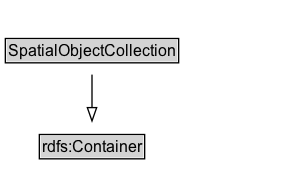
Above: docs/diagrams/SpatialObjectCollection.dot.png in ISO-TC204/ontology-import-geo (Graphviz), before the change. Its source is kept beside it as docs/diagrams/SpatialObjectCollection.dot.
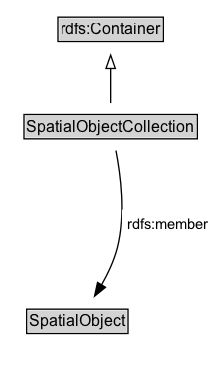
The same diagram one commit later.

Diff of the diagram source:
```diff
@@ -2,6 +2,10 @@
 	graph [overlap=false rankdir=TB splines=true]
 	node [fontname=Arial fontsize=12 margin=0 shape=none]
 	edge [fontname=Arial fontsize=11]
+	{
+		rank=source
+		rdfs_Container [label=<<TABLE BORDER="1" CELLBORDER="0" CELLSPACING="0" CELLPADDING="1"><TR><TD BGCOLOR="lightgray" ALIGN="CENTER">rdfs:Container</TD></TR></TABLE>> URL="https://w3id.org/citydata/imported/rdfs/latest/Container" margin=0]
+	}
 	SpatialObjectCollection [label=<<TABLE BORDER="1" CELLBORDER="0" CELLSPACING="0" CELLPADDING="1"><TR><TD BGCOLOR="lightgray" ALIGN="CENTER">SpatialObjectCollection</TD></TR></TABLE>> URL="../SpatialObjectCollection" margin=0]
 	{
 		rank=max
@@ -9,7 +13,11 @@
 	subgraph cluster_associated {
 		label="" style=invis
 		Invis [label=<<TABLE BORDER="0" CELLBORDER="0" CELLSPACING="0" CELLPADDING="1"><TR><TD></TD></TR></TABLE>> margin=0 style=invis]
+		SpatialObject [label=<<TABLE BORDER="1" CELLBORDER="0" CELLSPACING="0" CELLPADDING="1"><TR><TD BGCOLOR="lightgray" ALIGN="CENTER">SpatialObject</TD></TR></TABLE>> URL="../SpatialObject" margin=0]
 	}
-	rdfs_Container [label=<<TABLE BORDER="1" CELLBORDER="0" CELLSPACING="0" CELLPADDING="1"><TR><TD BGCOLOR="lightgray" ALIGN="CENTER">rdfs:Container</TD></TR></TABLE>> URL="https://w3id.org/citydata/imported/rdfs/latest/Container" margin=0]
 	SpatialObjectCollection -> rdfs_Container [arrowhead=onormal style=solid]
+	SpatialObjectCollection -> Invis [style=invis]
+	Invis -> SpatialObject [style=invis]
+	SpatialObject [label=<<TABLE BORDER="1" CELLBORDER="0" CELLSPACING="0" CELLPADDING="1"><TR><TD BGCOLOR="lightgray" ALIGN="CENTER">SpatialObject</TD></TR></TABLE>> URL="../SpatialObject" margin=0]
+	SpatialObjectCollection -> SpatialObject [label=<<TABLE BORDER="0" CELLBORDER="0" CELLSPACING="0" CELLPADDING="4" BGCOLOR="white"><TR><TD ALIGN="CENTER">rdfs:member</TD></TR></TABLE>> arrowhead=normal style=solid]
 }
```
